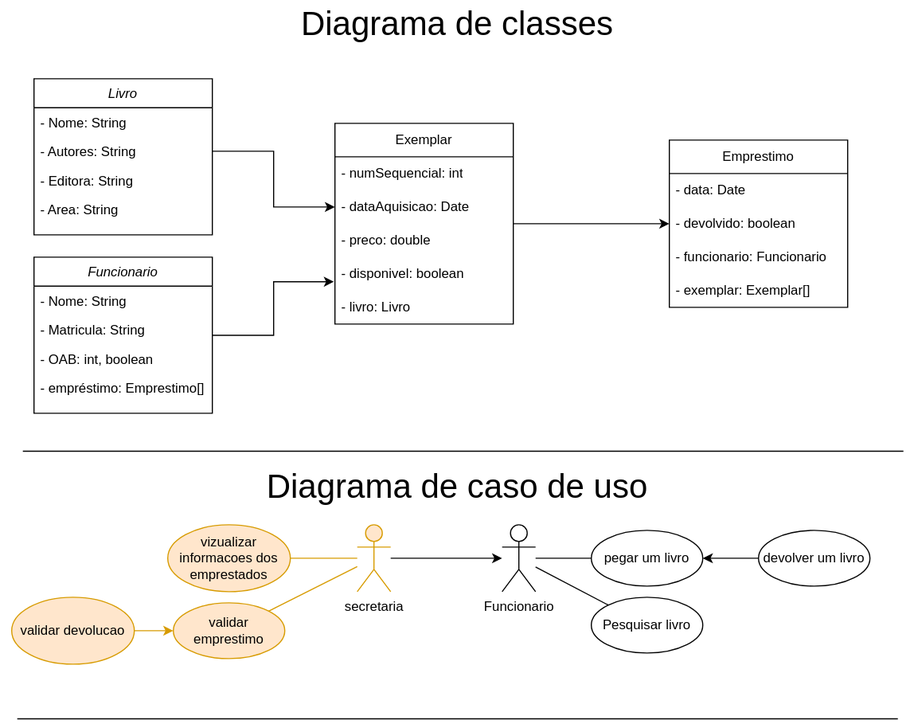
Above: ExercicioDeFixacao.drawio.svg in Andra-sun/modelagem (draw.io), before the change. Source tidied: cells renumbered, new cells last; positions are measured from the earlier drawing's top-left corner, leaving out a move shared by most shapes. The source it was exported from:
```xml
<mxGraphModel>
  <root>
    <mxCell id="0" />
    <mxCell id="1" parent="0" />
    <mxCell id="2" value="Diagrama de classes" style="text;strokeColor=none;align=center;fillColor=none;html=1;verticalAlign=middle;whiteSpace=wrap;rounded=0;fontSize=30px;" parent="1" vertex="1">
      <mxGeometry width="820" height="40" as="geometry" />
    </mxCell>
    <mxCell id="3" value="Livro" style="swimlane;fontStyle=2;align=center;verticalAlign=top;horizontal=1;startSize=26;rounded=0;shadow=0;strokeWidth=1;" parent="1" vertex="1">
      <mxGeometry x="30" y="70" width="160" height="140" as="geometry" />
    </mxCell>
    <mxCell id="4" value="- Nome: String" style="text;align=left;verticalAlign=top;spacingLeft=4;spacingRight=4;overflow=hidden;" parent="3" vertex="1">
      <mxGeometry y="26" width="160" height="26" as="geometry" />
    </mxCell>
    <mxCell id="5" value="- Autores: String" style="text;align=left;verticalAlign=top;spacingLeft=4;spacingRight=4;overflow=hidden;points=[[0,0.5],[1,0.5]];portConstraint=eastwest;rounded=0;shadow=0;html=0;" parent="3" vertex="1">
      <mxGeometry y="52" width="160" height="26" as="geometry" />
    </mxCell>
    <mxCell id="6" value="- Editora: String" style="text;align=left;verticalAlign=top;spacingLeft=4;spacingRight=4;overflow=hidden;rounded=0;shadow=0;html=0;" parent="3" vertex="1">
      <mxGeometry y="78" width="160" height="26" as="geometry" />
    </mxCell>
    <mxCell id="7" value="- Area: String" style="text;align=left;verticalAlign=top;spacingLeft=4;spacingRight=4;overflow=hidden;rounded=0;shadow=0;html=0;" parent="3" vertex="1">
      <mxGeometry y="104" width="160" height="26" as="geometry" />
    </mxCell>
    <mxCell id="8" value="Funcionario" style="swimlane;fontStyle=2;align=center;verticalAlign=top;horizontal=1;startSize=26;rounded=0;shadow=0;strokeWidth=1;" parent="1" vertex="1">
      <mxGeometry x="30" y="230" width="160" height="140" as="geometry" />
    </mxCell>
    <mxCell id="9" value="- Nome: String" style="text;align=left;verticalAlign=top;spacingLeft=4;spacingRight=4;overflow=hidden;" parent="8" vertex="1">
      <mxGeometry y="26" width="160" height="26" as="geometry" />
    </mxCell>
    <mxCell id="10" value="- Matricula: String" style="text;align=left;verticalAlign=top;spacingLeft=4;spacingRight=4;overflow=hidden;rounded=0;shadow=0;html=0;" parent="8" vertex="1">
      <mxGeometry y="52" width="160" height="26" as="geometry" />
    </mxCell>
    <mxCell id="11" value="- OAB: int, boolean" style="text;align=left;verticalAlign=top;spacingLeft=4;spacingRight=4;overflow=hidden;rounded=0;shadow=0;html=0;" parent="8" vertex="1">
      <mxGeometry y="78" width="160" height="26" as="geometry" />
    </mxCell>
    <mxCell id="12" value="- empréstimo: Emprestimo[]" style="text;align=left;verticalAlign=top;spacingLeft=4;spacingRight=4;overflow=hidden;rounded=0;shadow=0;html=0;" parent="8" vertex="1">
      <mxGeometry y="104" width="160" height="26" as="geometry" />
    </mxCell>
    <mxCell id="13" style="edgeStyle=orthogonalEdgeStyle;rounded=0;jettySize=auto;html=1;entryX=0;entryY=0.5;entryDx=0;entryDy=0;" parent="1" edge="1" source="14" target="22">
      <mxGeometry relative="1" as="geometry" />
    </mxCell>
    <mxCell id="14" value="Exemplar" style="swimlane;fontStyle=0;horizontal=1;startSize=30;whiteSpace=wrap;html=1;" parent="1" vertex="1">
      <mxGeometry x="300" y="110" width="160" height="180" as="geometry" />
    </mxCell>
    <mxCell id="15" value="- numSequencial: int" style="text;strokeColor=none;fillColor=none;align=left;verticalAlign=middle;spacingLeft=4;spacingRight=4;overflow=hidden;whiteSpace=wrap;html=1;" parent="14" vertex="1">
      <mxGeometry y="30" width="160" height="30" as="geometry" />
    </mxCell>
    <mxCell id="16" value="- dataAquisicao: Date" style="text;strokeColor=none;fillColor=none;align=left;verticalAlign=middle;spacingLeft=4;spacingRight=4;overflow=hidden;points=[[0,0.5],[1,0.5]];portConstraint=eastwest;whiteSpace=wrap;html=1;" parent="14" vertex="1">
      <mxGeometry y="60" width="160" height="30" as="geometry" />
    </mxCell>
    <mxCell id="17" value="- preco: double" style="text;strokeColor=none;fillColor=none;align=left;verticalAlign=middle;spacingLeft=4;spacingRight=4;overflow=hidden;whiteSpace=wrap;html=1;" parent="14" vertex="1">
      <mxGeometry y="90" width="160" height="30" as="geometry" />
    </mxCell>
    <mxCell id="18" value="- disponivel: boolean" style="text;strokeColor=none;fillColor=none;align=left;verticalAlign=middle;spacingLeft=4;spacingRight=4;overflow=hidden;points=[[0,0.5],[1,0.5]];portConstraint=eastwest;whiteSpace=wrap;html=1;" parent="14" vertex="1">
      <mxGeometry y="120" width="160" height="30" as="geometry" />
    </mxCell>
    <mxCell id="19" value="- livro: Livro" style="text;strokeColor=none;fillColor=none;align=left;verticalAlign=middle;spacingLeft=4;spacingRight=4;overflow=hidden;whiteSpace=wrap;html=1;" parent="14" vertex="1">
      <mxGeometry y="150" width="160" height="30" as="geometry" />
    </mxCell>
    <mxCell id="20" value="Emprestimo" style="swimlane;fontStyle=0;horizontal=1;startSize=30;whiteSpace=wrap;html=1;" parent="1" vertex="1">
      <mxGeometry x="600" y="125" width="160" height="150" as="geometry" />
    </mxCell>
    <mxCell id="21" value="- data: Date" style="text;strokeColor=none;fillColor=none;align=left;verticalAlign=middle;spacingLeft=4;spacingRight=4;overflow=hidden;whiteSpace=wrap;html=1;" parent="20" vertex="1">
      <mxGeometry y="30" width="160" height="30" as="geometry" />
    </mxCell>
    <mxCell id="22" value="- devolvido: boolean" style="text;strokeColor=none;fillColor=none;align=left;verticalAlign=middle;spacingLeft=4;spacingRight=4;overflow=hidden;points=[[0,0.5],[1,0.5]];portConstraint=eastwest;whiteSpace=wrap;html=1;" parent="20" vertex="1">
      <mxGeometry y="60" width="160" height="30" as="geometry" />
    </mxCell>
    <mxCell id="23" value="- funcionario: Funcionario" style="text;strokeColor=none;fillColor=none;align=left;verticalAlign=middle;spacingLeft=4;spacingRight=4;overflow=hidden;whiteSpace=wrap;html=1;" parent="20" vertex="1">
      <mxGeometry y="90" width="160" height="30" as="geometry" />
    </mxCell>
    <mxCell id="24" value="- exemplar: Exemplar[]" style="text;strokeColor=none;fillColor=none;align=left;verticalAlign=middle;spacingLeft=4;spacingRight=4;overflow=hidden;whiteSpace=wrap;html=1;" parent="20" vertex="1">
      <mxGeometry y="120" width="160" height="30" as="geometry" />
    </mxCell>
    <mxCell id="25" style="edgeStyle=orthogonalEdgeStyle;rounded=0;jettySize=auto;html=1;entryX=-0.006;entryY=0.733;entryDx=0;entryDy=0;entryPerimeter=0;" parent="1" edge="1" source="8" target="18">
      <mxGeometry relative="1" as="geometry" />
    </mxCell>
    <mxCell id="26" style="edgeStyle=orthogonalEdgeStyle;rounded=0;jettySize=auto;html=1;" parent="1" edge="1" source="5" target="16">
      <mxGeometry relative="1" as="geometry" />
    </mxCell>
    <mxCell id="27" style="line;strokeWidth=1;fillColor=none;align=left;verticalAlign=middle;spacingTop=-1;spacingLeft=3;spacingRight=3;labelPosition=right;strokeColor=inherit;" parent="1" vertex="1">
      <mxGeometry x="20" y="400" width="790" height="8" as="geometry" />
    </mxCell>
    <mxCell id="28" value="Diagrama de caso de uso" style="text;strokeColor=none;align=center;fillColor=none;html=1;verticalAlign=middle;whiteSpace=wrap;rounded=0;fontSize=30px;" parent="1" vertex="1">
      <mxGeometry x="10" y="420" width="800" height="30" as="geometry" />
    </mxCell>
    <mxCell id="29" value="Funcionario" style="shape=umlActor;verticalLabelPosition=bottom;verticalAlign=top;html=1;" parent="1" vertex="1">
      <mxGeometry x="450" y="470" width="30" height="60" as="geometry" />
    </mxCell>
    <mxCell id="30" style="edgeStyle=none;rounded=0;jettySize=auto;html=1;" parent="1" edge="1" source="31" target="29">
      <mxGeometry relative="1" as="geometry" />
    </mxCell>
    <mxCell id="31" value="secretaria" style="shape=umlActor;verticalLabelPosition=bottom;verticalAlign=top;html=1;fillColor=#ffe6cc;strokeColor=#d79b00;" parent="1" vertex="1">
      <mxGeometry x="320" y="470" width="30" height="60" as="geometry" />
    </mxCell>
    <mxCell id="32" style="edgeStyle=none;rounded=0;jettySize=auto;html=1;endArrow=none;endFill=0;" parent="1" edge="1" source="33" target="29">
      <mxGeometry relative="1" as="geometry" />
    </mxCell>
    <mxCell id="33" value="pegar um livro" style="ellipse;whiteSpace=wrap;html=1;" parent="1" vertex="1">
      <mxGeometry x="530" y="475" width="100" height="50" as="geometry" />
    </mxCell>
    <mxCell id="34" style="edgeStyle=orthogonalEdgeStyle;rounded=0;jettySize=auto;html=1;fillColor=#ffe6cc;strokeColor=#d79b00;" parent="1" edge="1" source="35" target="37">
      <mxGeometry relative="1" as="geometry" />
    </mxCell>
    <mxCell id="35" value="validar devolucao" style="ellipse;whiteSpace=wrap;html=1;fillColor=#ffe6cc;strokeColor=#d79b00;" parent="1" vertex="1">
      <mxGeometry x="10" y="535" width="110" height="60" as="geometry" />
    </mxCell>
    <mxCell id="36" style="edgeStyle=none;rounded=0;jettySize=auto;html=1;endArrow=none;endFill=0;fillColor=#ffe6cc;strokeColor=#d79b00;" parent="1" edge="1" source="37" target="31">
      <mxGeometry relative="1" as="geometry" />
    </mxCell>
    <mxCell id="37" value="validar emprestimo" style="ellipse;whiteSpace=wrap;html=1;fillColor=#ffe6cc;strokeColor=#d79b00;" parent="1" vertex="1">
      <mxGeometry x="155" y="540" width="100" height="50" as="geometry" />
    </mxCell>
    <mxCell id="38" style="edgeStyle=none;rounded=0;jettySize=auto;html=1;endArrow=none;endFill=0;fillColor=#ffe6cc;strokeColor=#d79b00;" parent="1" edge="1" source="39" target="31">
      <mxGeometry relative="1" as="geometry" />
    </mxCell>
    <mxCell id="39" value="vizualizar informacoes dos emprestados" style="ellipse;whiteSpace=wrap;html=1;fillColor=#ffe6cc;strokeColor=#d79b00;" parent="1" vertex="1">
      <mxGeometry x="150" y="470" width="110" height="60" as="geometry" />
    </mxCell>
    <mxCell id="40" style="edgeStyle=none;rounded=0;jettySize=auto;html=1;endArrow=none;endFill=0;" parent="1" edge="1" source="41" target="29">
      <mxGeometry relative="1" as="geometry" />
    </mxCell>
    <mxCell id="41" value="Pesquisar livro" style="ellipse;whiteSpace=wrap;html=1;" parent="1" vertex="1">
      <mxGeometry x="530" y="535" width="100" height="50" as="geometry" />
    </mxCell>
    <mxCell id="42" style="edgeStyle=none;rounded=0;jettySize=auto;html=1;" parent="1" edge="1" source="43" target="33">
      <mxGeometry relative="1" as="geometry" />
    </mxCell>
    <mxCell id="43" value="devolver um livro" style="ellipse;whiteSpace=wrap;html=1;" parent="1" vertex="1">
      <mxGeometry x="680" y="475" width="100" height="50" as="geometry" />
    </mxCell>
    <mxCell id="44" style="line;strokeWidth=1;fillColor=none;align=left;verticalAlign=middle;spacingTop=-1;spacingLeft=3;spacingRight=3;labelPosition=right;strokeColor=inherit;" parent="1" vertex="1">
      <mxGeometry x="15" y="640" width="790" height="8" as="geometry" />
    </mxCell>
  </root>
</mxGraphModel>
```
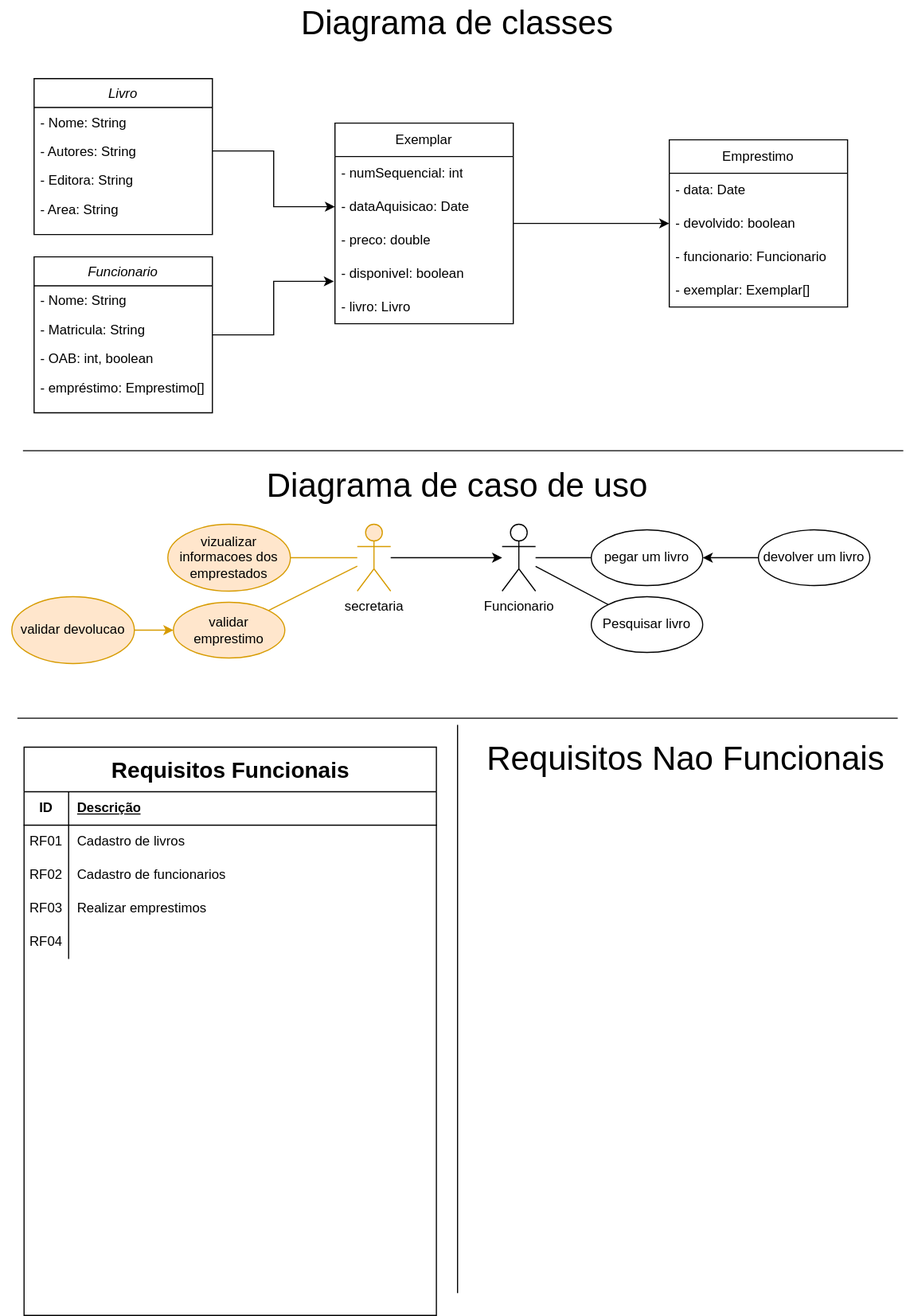
Later version of the same file.

Diff of the diagram source:
```diff
@@ -131,5 +131,59 @@
     <mxCell id="44" style="line;strokeWidth=1;fillColor=none;align=left;verticalAlign=middle;spacingTop=-1;spacingLeft=3;spacingRight=3;labelPosition=right;strokeColor=inherit;" parent="1" vertex="1">
       <mxGeometry x="15" y="640" width="790" height="8" as="geometry" />
     </mxCell>
+    <mxCell id="45" value="Requisitos Nao Funcionais" style="text;strokeColor=none;align=center;fillColor=none;html=1;verticalAlign=middle;whiteSpace=wrap;rounded=0;fontSize=30;strokeWidth=20;" parent="1" vertex="1">
+      <mxGeometry x="410" y="665" width="410" height="30" as="geometry" />
+    </mxCell>
+    <mxCell id="46" style="line;strokeWidth=1;fillColor=none;align=left;verticalAlign=middle;spacingTop=-1;spacingLeft=3;spacingRight=3;labelPosition=right;strokeColor=inherit;direction=south;" parent="1" vertex="1">
+      <mxGeometry x="406" y="650" width="8" height="510" as="geometry" />
+    </mxCell>
+    <mxCell id="47" value="&lt;font style=&quot;font-size: 20px;&quot;&gt;Requisitos Funcionais&lt;/font&gt;" style="shape=table;startSize=40;rowLines=0;fontStyle=1;align=center;html=1;" parent="1" vertex="1">
+      <mxGeometry x="21" y="670" width="370" height="510" as="geometry" />
+    </mxCell>
+    <mxCell id="48" style="shape=tableRow;horizontal=0;startSize=0;swimlaneHead=0;swimlaneBody=0;fillColor=none;top=0;left=0;right=0;bottom=1;" parent="47" vertex="1">
+      <mxGeometry y="40" width="370" height="30" as="geometry" />
+    </mxCell>
+    <mxCell id="49" value="ID" style="shape=partialRectangle;fillColor=none;top=0;left=0;bottom=0;right=0;fontStyle=1;overflow=hidden;whiteSpace=wrap;html=1;" parent="48" vertex="1">
+      <mxGeometry width="40" height="30" as="geometry" />
+    </mxCell>
+    <mxCell id="50" value="Descrição" style="shape=partialRectangle;fillColor=none;top=0;left=0;bottom=0;right=0;align=left;spacingLeft=6;fontStyle=5;overflow=hidden;whiteSpace=wrap;html=1;" parent="48" vertex="1">
+      <mxGeometry x="40" width="330" height="30" as="geometry" />
+    </mxCell>
+    <mxCell id="51" style="shape=tableRow;horizontal=0;startSize=0;swimlaneHead=0;swimlaneBody=0;fillColor=none;top=0;left=0;right=0;bottom=0;" parent="47" vertex="1">
+      <mxGeometry y="70" width="370" height="30" as="geometry" />
+    </mxCell>
+    <mxCell id="52" value="RF01" style="shape=partialRectangle;fillColor=none;top=0;left=0;bottom=0;right=0;overflow=hidden;whiteSpace=wrap;html=1;" parent="51" vertex="1">
+      <mxGeometry width="40" height="30" as="geometry" />
+    </mxCell>
+    <mxCell id="53" value="Cadastro de livros" style="shape=partialRectangle;fillColor=none;top=0;left=0;bottom=0;right=0;align=left;spacingLeft=6;overflow=hidden;whiteSpace=wrap;html=1;" parent="51" vertex="1">
+      <mxGeometry x="40" width="330" height="30" as="geometry" />
+    </mxCell>
+    <mxCell id="54" style="shape=tableRow;horizontal=0;startSize=0;swimlaneHead=0;swimlaneBody=0;fillColor=none;top=0;left=0;right=0;bottom=0;" parent="47" vertex="1">
+      <mxGeometry y="100" width="370" height="30" as="geometry" />
+    </mxCell>
+    <mxCell id="55" value="RF02" style="shape=partialRectangle;fillColor=none;top=0;left=0;bottom=0;right=0;overflow=hidden;whiteSpace=wrap;html=1;" parent="54" vertex="1">
+      <mxGeometry width="40" height="30" as="geometry" />
+    </mxCell>
+    <mxCell id="56" value="Cadastro de funcionarios" style="shape=partialRectangle;fillColor=none;top=0;left=0;bottom=0;right=0;align=left;spacingLeft=6;overflow=hidden;whiteSpace=wrap;html=1;" parent="54" vertex="1">
+      <mxGeometry x="40" width="330" height="30" as="geometry" />
+    </mxCell>
+    <mxCell id="57" style="shape=tableRow;horizontal=0;startSize=0;swimlaneHead=0;swimlaneBody=0;fillColor=none;top=0;left=0;right=0;bottom=0;" parent="47" vertex="1">
+      <mxGeometry y="130" width="370" height="30" as="geometry" />
+    </mxCell>
+    <mxCell id="58" value="RF03" style="shape=partialRectangle;fillColor=none;top=0;left=0;bottom=0;right=0;overflow=hidden;whiteSpace=wrap;html=1;" parent="57" vertex="1">
+      <mxGeometry width="40" height="30" as="geometry" />
+    </mxCell>
+    <mxCell id="59" value="Realizar emprestimos" style="shape=partialRectangle;fillColor=none;top=0;left=0;bottom=0;right=0;align=left;spacingLeft=6;overflow=hidden;whiteSpace=wrap;html=1;" parent="57" vertex="1">
+      <mxGeometry x="40" width="330" height="30" as="geometry" />
+    </mxCell>
+    <mxCell id="60" style="shape=tableRow;horizontal=0;startSize=0;swimlaneHead=0;swimlaneBody=0;fillColor=none;top=0;left=0;right=0;bottom=0;" parent="47" vertex="1">
+      <mxGeometry y="160" width="370" height="30" as="geometry" />
+    </mxCell>
+    <mxCell id="61" value="RF04" style="shape=partialRectangle;fillColor=none;top=0;left=0;bottom=0;right=0;overflow=hidden;whiteSpace=wrap;html=1;" parent="60" vertex="1">
+      <mxGeometry width="40" height="30" as="geometry" />
+    </mxCell>
+    <mxCell id="62" style="shape=partialRectangle;fillColor=none;top=0;left=0;bottom=0;right=0;align=left;spacingLeft=6;overflow=hidden;whiteSpace=wrap;html=1;" parent="60" vertex="1">
+      <mxGeometry x="40" width="330" height="30" as="geometry" />
+    </mxCell>
   </root>
 </mxGraphModel>
```
